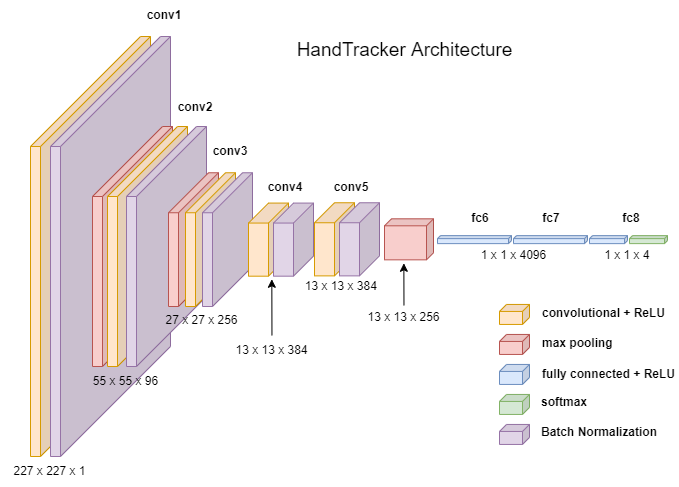
The draw.io diagram images/HandTracker.png in omarzanji/gesture-recognition, before a commit. Source tidied: cells renumbered, new cells last; positions are measured from the earlier drawing's top-left corner, leaving out a move shared by most shapes.
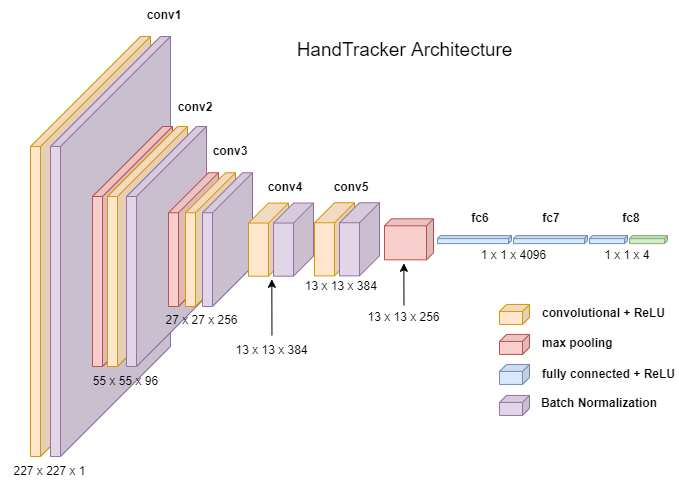
After the change.

Commit message:
updated diagrams to include no_gesture label and a fixed typo

Diff of the diagram source:
```diff
@@ -56,9 +56,6 @@
     <mxCell id="19" style="shape=cube;whiteSpace=wrap;html=1;boundedLbl=1;backgroundOutline=1;darkOpacity=0.05;darkOpacity2=0.1;size=3;direction=east;flipH=1;fillColor=#d5e8d4;strokeColor=#82b366;" parent="1" vertex="1">
       <mxGeometry x="629" y="235.1" width="38" height="8" as="geometry" />
     </mxCell>
-    <mxCell id="20" style="shape=cube;whiteSpace=wrap;html=1;boundedLbl=1;backgroundOutline=1;darkOpacity=0.05;darkOpacity2=0.1;size=7;direction=east;flipH=1;fillColor=#d5e8d4;strokeColor=#82b366;" parent="1" vertex="1">
-      <mxGeometry x="499" y="393.9" width="30" height="20" as="geometry" />
-    </mxCell>
     <mxCell id="21" value="&lt;b&gt;conv1&lt;/b&gt;" style="text;html=1;strokeColor=none;fillColor=none;align=center;verticalAlign=middle;whiteSpace=wrap;rounded=0;" parent="1" vertex="1">
       <mxGeometry x="144" width="40" height="30" as="geometry" />
     </mxCell>
@@ -119,14 +116,11 @@
     <mxCell id="40" value="fully connected + ReLU" style="text;html=1;strokeColor=none;fillColor=none;align=left;verticalAlign=middle;whiteSpace=wrap;rounded=0;fontStyle=1;" parent="1" vertex="1">
       <mxGeometry x="540" y="362.1" width="138" height="23.9" as="geometry" />
     </mxCell>
-    <mxCell id="41" value="softmax" style="text;html=1;strokeColor=none;fillColor=none;align=left;verticalAlign=middle;whiteSpace=wrap;rounded=0;fontStyle=1;" parent="1" vertex="1">
-      <mxGeometry x="539" y="390.1" width="138" height="23.9" as="geometry" />
-    </mxCell>
     <mxCell id="42" style="shape=cube;whiteSpace=wrap;html=1;boundedLbl=1;backgroundOutline=1;darkOpacity=0.05;darkOpacity2=0.1;size=7;direction=east;flipH=1;fillColor=#e1d5e7;strokeColor=#9673a6;" parent="1" vertex="1">
-      <mxGeometry x="499" y="423.9" width="30" height="20" as="geometry" />
+      <mxGeometry x="499" y="394.9" width="30" height="20" as="geometry" />
     </mxCell>
     <mxCell id="43" value="Batch Normalization" style="text;html=1;strokeColor=none;fillColor=none;align=left;verticalAlign=middle;whiteSpace=wrap;rounded=0;fontStyle=1;" parent="1" vertex="1">
-      <mxGeometry x="539" y="420.1" width="138" height="23.9" as="geometry" />
+      <mxGeometry x="539" y="391.1" width="138" height="23.9" as="geometry" />
     </mxCell>
     <mxCell id="44" style="shape=cube;whiteSpace=wrap;html=1;boundedLbl=1;backgroundOutline=1;darkOpacity=0.05;darkOpacity2=0.1;size=20;direction=east;flipH=1;fillColor=#ffe6cc;strokeColor=#d79b00;" parent="1" vertex="1">
       <mxGeometry x="314" y="202.2" width="40" height="73.1" as="geometry" />
```
